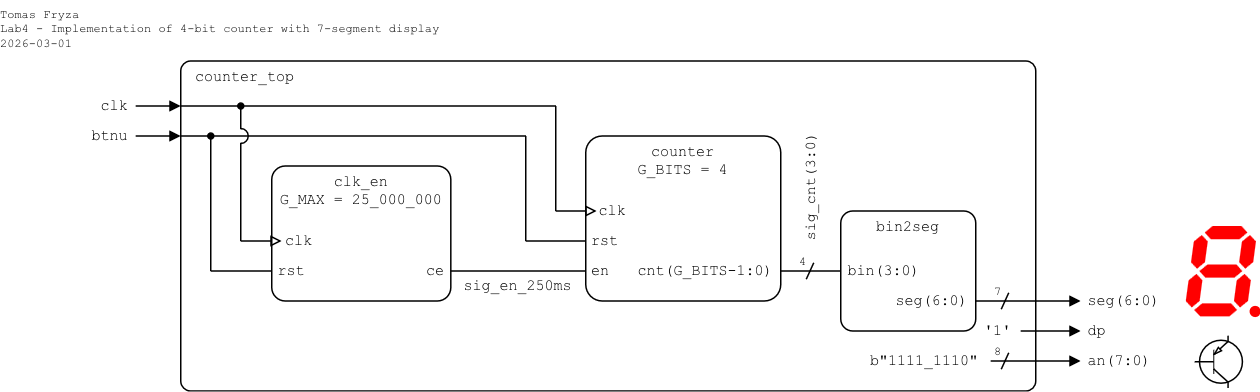
Earlier version of the draw.io export lab4-counter/images/top-level_ver2.png (tomas-fryza/vhdl-examples). Source tidied: cells renumbered, new cells last; positions are measured from the earlier drawing's top-left corner, leaving out a move shared by most shapes.
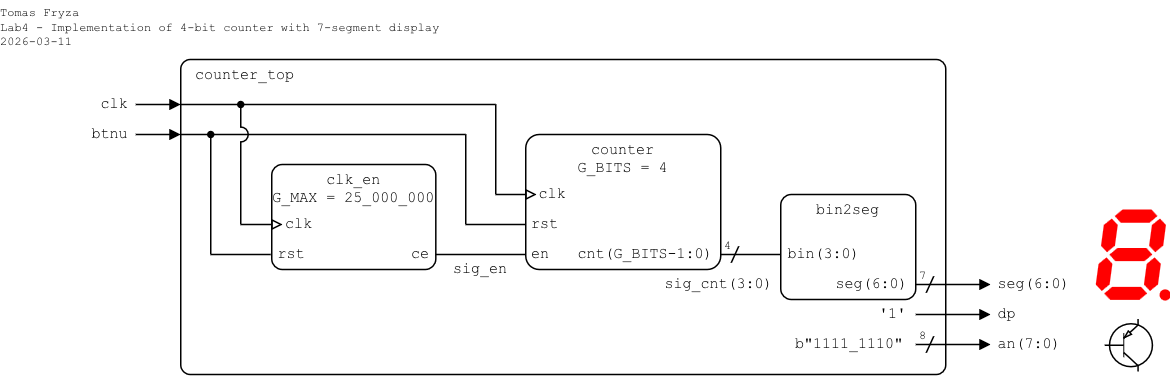
Later version of the same file.

Diff of the diagram source:
```diff
@@ -3,222 +3,217 @@
     <mxCell id="0" />
     <mxCell id="1" parent="0" />
     <mxCell id="2" value="counter_top" style="rounded=1;arcSize=3;whiteSpace=wrap;html=1;align=left;verticalAlign=top;fontFamily=Courier New;absoluteArcSize=0;fillColor=none;fontSize=10;spacingLeft=10;imageHeight=24;spacing=0;" parent="1" vertex="1">
-      <mxGeometry x="120" y="40" width="570" height="220" as="geometry" />
+      <mxGeometry x="120" y="-1360" width="510" height="210" as="geometry" />
     </mxCell>
     <mxCell id="3" style="endArrow=none;html=1;rounded=0;endFill=0;endSize=5;startSize=5;" parent="1" edge="1">
       <mxGeometry relative="1" as="geometry">
-        <mxPoint x="120" y="70" as="sourcePoint" />
-        <mxPoint x="370" y="70" as="targetPoint" />
+        <mxPoint x="120" y="-1330" as="sourcePoint" />
+        <mxPoint x="330" y="-1330" as="targetPoint" />
       </mxGeometry>
     </mxCell>
-    <mxCell id="4" value="sig_cnt(3:0)" style="text;html=1;align=left;verticalAlign=middle;whiteSpace=wrap;rounded=0;fontFamily=Courier New;fontSize=10;fillOpacity=100;spacing=0;spacingLeft=0;direction=east;rotation=270;" parent="1" vertex="1">
-      <mxGeometry x="500" y="115" width="80" height="10" as="geometry" />
+    <mxCell id="4" value="sig_cnt(3:0)" style="text;html=1;align=right;verticalAlign=middle;whiteSpace=wrap;rounded=0;fontFamily=Courier New;fontSize=10;fillOpacity=100;spacing=0;spacingLeft=0;direction=east;rotation=0;spacingRight=5;" parent="1" vertex="1">
+      <mxGeometry x="440" y="-1215" width="80" height="10" as="geometry" />
     </mxCell>
     <mxCell id="5" style="endArrow=none;html=1;rounded=0;endFill=0;endSize=5;startSize=5;" parent="1" edge="1">
       <mxGeometry relative="1" as="geometry">
-        <mxPoint x="300" y="180" as="sourcePoint" />
-        <mxPoint x="390" y="180" as="targetPoint" />
+        <mxPoint x="290" y="-1230" as="sourcePoint" />
+        <mxPoint x="350" y="-1230" as="targetPoint" />
       </mxGeometry>
     </mxCell>
     <mxCell id="6" style="endArrow=none;html=1;rounded=0;endFill=0;endSize=5;startSize=5;" parent="1" edge="1">
       <mxGeometry relative="1" as="geometry">
-        <mxPoint x="120" y="90" as="sourcePoint" />
-        <mxPoint x="350" y="90" as="targetPoint" />
+        <mxPoint x="120" y="-1310" as="sourcePoint" />
+        <mxPoint x="310" y="-1310" as="targetPoint" />
       </mxGeometry>
     </mxCell>
-    <mxCell id="7" value="sig_en_250ms" style="text;html=1;align=center;verticalAlign=middle;whiteSpace=wrap;rounded=0;fontFamily=Courier New;fontSize=10;fillOpacity=100;spacing=0;spacingLeft=0;" parent="1" vertex="1">
-      <mxGeometry x="300" y="185" width="90" height="10" as="geometry" />
+    <mxCell id="7" value="sig_en" style="text;html=1;align=center;verticalAlign=middle;whiteSpace=wrap;rounded=0;fontFamily=Courier New;fontSize=10;fillOpacity=100;spacing=0;spacingLeft=0;" parent="1" vertex="1">
+      <mxGeometry x="290" y="-1225" width="60" height="10" as="geometry" />
     </mxCell>
     <mxCell id="8" style="endArrow=block;html=1;rounded=0;endFill=0;endSize=5;startSize=5;" parent="1" edge="1">
       <mxGeometry relative="1" as="geometry">
-        <mxPoint x="160" y="160" as="sourcePoint" />
-        <mxPoint x="187.2" y="160" as="targetPoint" />
+        <mxPoint x="160" y="-1250" as="sourcePoint" />
+        <mxPoint x="188" y="-1250" as="targetPoint" />
       </mxGeometry>
     </mxCell>
     <mxCell id="9" style="endArrow=none;html=1;rounded=0;startArrow=none;startFill=0;endSize=4;startSize=4;" parent="1" edge="1">
       <mxGeometry relative="1" as="geometry">
-        <mxPoint x="542" y="174.5" as="sourcePoint" />
-        <mxPoint x="537" y="185.5" as="targetPoint" />
+        <mxPoint x="492" y="-1235.5" as="sourcePoint" />
+        <mxPoint x="487" y="-1224.5" as="targetPoint" />
       </mxGeometry>
     </mxCell>
     <mxCell id="10" style="endArrow=block;html=1;rounded=0;endFill=1;endSize=5;startSize=5;" parent="1" edge="1">
       <mxGeometry relative="1" as="geometry">
-        <mxPoint x="90" y="90" as="sourcePoint" />
-        <mxPoint x="120" y="90" as="targetPoint" />
+        <mxPoint x="90" y="-1310" as="sourcePoint" />
+        <mxPoint x="120" y="-1310" as="targetPoint" />
       </mxGeometry>
     </mxCell>
     <mxCell id="11" value="&lt;div align=&quot;right&quot;&gt;btnu&lt;/div&gt;" style="text;html=1;align=right;verticalAlign=middle;whiteSpace=wrap;rounded=0;fontFamily=Courier New;fontSize=10;fillOpacity=100;spacing=0;spacingLeft=0;spacingRight=5;" parent="1" vertex="1">
-      <mxGeometry x="50" y="80" width="39.6" height="20" as="geometry" />
+      <mxGeometry x="50" y="-1320" width="39.6" height="20" as="geometry" />
     </mxCell>
     <mxCell id="12" style="endArrow=block;html=1;rounded=0;endFill=1;endSize=5;startSize=5;" parent="1" edge="1">
       <mxGeometry relative="1" as="geometry">
-        <mxPoint x="90" y="70" as="sourcePoint" />
-        <mxPoint x="120" y="70" as="targetPoint" />
+        <mxPoint x="90" y="-1330" as="sourcePoint" />
+        <mxPoint x="120" y="-1330" as="targetPoint" />
       </mxGeometry>
     </mxCell>
     <mxCell id="13" value="clk" style="text;html=1;align=right;verticalAlign=middle;whiteSpace=wrap;rounded=0;fontFamily=Courier New;fontSize=10;fillOpacity=100;spacing=0;spacingLeft=0;spacingRight=5;" parent="1" vertex="1">
-      <mxGeometry x="60" y="60" width="30" height="20" as="geometry" />
+      <mxGeometry x="60" y="-1340" width="30" height="20" as="geometry" />
     </mxCell>
     <mxCell id="14" style="endArrow=none;html=1;rounded=0;startArrow=none;startFill=0;endSize=4;startSize=4;" parent="1" edge="1">
       <mxGeometry relative="1" as="geometry">
-        <mxPoint x="370" y="140" as="sourcePoint" />
-        <mxPoint x="370" y="70" as="targetPoint" />
+        <mxPoint x="330" y="-1270" as="sourcePoint" />
+        <mxPoint x="330" y="-1330" as="targetPoint" />
       </mxGeometry>
     </mxCell>
     <mxCell id="15" style="endArrow=none;html=1;rounded=0;startArrow=none;startFill=0;endSize=4;startSize=4;" parent="1" edge="1">
       <mxGeometry relative="1" as="geometry">
-        <mxPoint x="350" y="90" as="sourcePoint" />
-        <mxPoint x="350" y="160" as="targetPoint" />
+        <mxPoint x="310" y="-1310" as="sourcePoint" />
+        <mxPoint x="310" y="-1250" as="targetPoint" />
       </mxGeometry>
     </mxCell>
     <mxCell id="16" value="&lt;div&gt;counter&lt;/div&gt;&lt;div&gt;G_BITS = 4&lt;/div&gt;" style="rounded=1;arcSize=10;align=center;verticalAlign=top;fontFamily=Courier New;absoluteArcSize=0;fillColor=none;fixDash=0;fontSize=10;spacingLeft=0;labelBorderColor=none;spacingTop=0;spacing=0;labelBackgroundColor=none;whiteSpace=wrap;html=1;strokeWidth=1;shadow=0;glass=0;" parent="1" vertex="1">
-      <mxGeometry x="390" y="90" width="130" height="110" as="geometry" />
+      <mxGeometry x="350" y="-1310" width="130" height="90" as="geometry" />
     </mxCell>
     <mxCell id="17" value="rst" style="text;html=1;align=left;verticalAlign=middle;whiteSpace=wrap;rounded=0;fontFamily=Courier New;fontSize=10;fillOpacity=100;spacingLeft=5;spacing=0;" parent="1" vertex="1">
-      <mxGeometry x="389.4" y="150" width="30.6" height="20" as="geometry" />
+      <mxGeometry x="349.4" y="-1260" width="30.6" height="20" as="geometry" />
     </mxCell>
     <mxCell id="18" value="clk" style="text;html=1;align=left;verticalAlign=middle;whiteSpace=wrap;rounded=0;fontFamily=Courier New;fontSize=10;fillOpacity=100;spacing=0;spacingLeft=10;" parent="1" vertex="1">
-      <mxGeometry x="389.4" y="130" width="40.6" height="20" as="geometry" />
+      <mxGeometry x="349.4" y="-1280" width="40.6" height="20" as="geometry" />
     </mxCell>
     <mxCell id="19" style="endArrow=block;html=1;rounded=0;endFill=0;endSize=5;startSize=5;" parent="1" edge="1">
       <mxGeometry relative="1" as="geometry">
-        <mxPoint x="370" y="140" as="sourcePoint" />
-        <mxPoint x="397.2" y="140" as="targetPoint" />
+        <mxPoint x="330" y="-1270" as="sourcePoint" />
+        <mxPoint x="357.2" y="-1270" as="targetPoint" />
       </mxGeometry>
     </mxCell>
     <mxCell id="20" value="cnt(G_BITS-1:0)" style="text;html=1;align=right;verticalAlign=middle;whiteSpace=wrap;rounded=0;fontFamily=Courier New;fontSize=10;fillOpacity=100;spacing=0;spacingRight=5;" parent="1" vertex="1">
-      <mxGeometry x="410" y="170" width="110" height="20" as="geometry" />
+      <mxGeometry x="370" y="-1240" width="110" height="20" as="geometry" />
     </mxCell>
     <mxCell id="21" value="en" style="text;html=1;align=left;verticalAlign=middle;whiteSpace=wrap;rounded=0;fontFamily=Courier New;fontSize=10;fillOpacity=100;spacingLeft=5;spacing=0;" parent="1" vertex="1">
-      <mxGeometry x="389.4" y="170" width="30.6" height="20" as="geometry" />
+      <mxGeometry x="349.4" y="-1240" width="30.6" height="20" as="geometry" />
     </mxCell>
     <mxCell id="22" style="endArrow=none;html=1;rounded=0;endFill=0;endSize=5;startSize=5;" parent="1" edge="1">
       <mxGeometry relative="1" as="geometry">
-        <mxPoint x="350" y="160" as="sourcePoint" />
-        <mxPoint x="390" y="160" as="targetPoint" />
+        <mxPoint x="310" y="-1250" as="sourcePoint" />
+        <mxPoint x="350" y="-1250" as="targetPoint" />
       </mxGeometry>
     </mxCell>
     <mxCell id="23" style="endArrow=none;html=1;rounded=0;endFill=0;endSize=5;startSize=5;" parent="1" edge="1">
       <mxGeometry relative="1" as="geometry">
-        <mxPoint x="140" y="180" as="sourcePoint" />
-        <mxPoint x="180" y="180" as="targetPoint" />
+        <mxPoint x="140" y="-1230" as="sourcePoint" />
+        <mxPoint x="180" y="-1230" as="targetPoint" />
       </mxGeometry>
     </mxCell>
     <mxCell id="24" style="endArrow=oval;html=1;rounded=0;startArrow=none;startFill=0;endSize=4;startSize=4;endFill=1;" parent="1" edge="1">
       <mxGeometry relative="1" as="geometry">
-        <mxPoint x="160" y="85.5" as="sourcePoint" />
-        <mxPoint x="160" y="70" as="targetPoint" />
+        <mxPoint x="160" y="-1314.5" as="sourcePoint" />
+        <mxPoint x="160" y="-1330" as="targetPoint" />
       </mxGeometry>
     </mxCell>
     <mxCell id="25" style="endArrow=none;html=1;rounded=0;startArrow=oval;startFill=1;endSize=4;startSize=4;" parent="1" edge="1">
       <mxGeometry relative="1" as="geometry">
-        <mxPoint x="140" y="90" as="sourcePoint" />
-        <mxPoint x="140" y="180" as="targetPoint" />
+        <mxPoint x="140" y="-1310" as="sourcePoint" />
+        <mxPoint x="140" y="-1230" as="targetPoint" />
       </mxGeometry>
     </mxCell>
     <mxCell id="26" style="verticalLabelPosition=bottom;verticalAlign=top;html=1;shape=mxgraph.basic.arc;startAngle=0.75;endAngle=0.25;rotation=90;" parent="1" vertex="1">
-      <mxGeometry x="155" y="85" width="10" height="10" as="geometry" />
+      <mxGeometry x="155" y="-1315" width="10" height="10" as="geometry" />
     </mxCell>
     <mxCell id="27" style="endArrow=none;html=1;rounded=0;startArrow=none;startFill=0;endSize=4;startSize=4;" parent="1" edge="1">
       <mxGeometry relative="1" as="geometry">
-        <mxPoint x="160" y="94.5" as="sourcePoint" />
-        <mxPoint x="160" y="160" as="targetPoint" />
+        <mxPoint x="160" y="-1305.5" as="sourcePoint" />
+        <mxPoint x="160" y="-1250" as="targetPoint" />
       </mxGeometry>
     </mxCell>
     <mxCell id="28" value="bin2seg" style="rounded=1;arcSize=10;align=center;verticalAlign=top;fontFamily=Courier New;absoluteArcSize=0;fillColor=none;fixDash=0;fontSize=10;spacingLeft=0;labelBorderColor=none;spacingTop=0;spacing=0;labelBackgroundColor=none;whiteSpace=wrap;html=1;strokeWidth=1;shadow=0;glass=0;" parent="1" vertex="1">
-      <mxGeometry x="560" y="140" width="90" height="80" as="geometry" />
+      <mxGeometry x="520" y="-1270" width="90" height="70" as="geometry" />
     </mxCell>
     <mxCell id="29" value="&lt;div style=&quot;line-height: 100%;&quot; align=&quot;left&quot;&gt;bin(3:0)&lt;/div&gt;" style="text;html=1;align=left;verticalAlign=middle;whiteSpace=wrap;rounded=0;fontFamily=Courier New;fontSize=10;fillOpacity=100;spacingLeft=5;spacing=0;" parent="1" vertex="1">
-      <mxGeometry x="560" y="170" width="60" height="20" as="geometry" />
+      <mxGeometry x="520" y="-1240" width="60" height="20" as="geometry" />
     </mxCell>
     <mxCell id="30" value="&lt;div style=&quot;line-height: 100%;&quot;&gt;seg(6:0)&lt;/div&gt;" style="text;html=1;align=right;verticalAlign=middle;whiteSpace=wrap;rounded=0;fontFamily=Courier New;fontSize=10;fillOpacity=100;spacing=0;spacingRight=5;" parent="1" vertex="1">
-      <mxGeometry x="590" y="190" width="60" height="20" as="geometry" />
+      <mxGeometry x="550" y="-1220" width="60" height="20" as="geometry" />
     </mxCell>
-    <mxCell id="31" style="endArrow=block;html=1;rounded=0;exitX=1;exitY=0.5;exitDx=0;exitDy=0;endFill=1;endSize=5;startSize=5;" parent="1" edge="1" source="30">
+    <mxCell id="31" style="endArrow=block;html=1;rounded=0;endFill=1;endSize=5;startSize=5;" parent="1" edge="1">
       <mxGeometry relative="1" as="geometry">
-        <mxPoint x="720" y="200" as="targetPoint" />
+        <mxPoint x="610" y="-1210" as="sourcePoint" />
+        <mxPoint x="660" y="-1210" as="targetPoint" />
       </mxGeometry>
     </mxCell>
     <mxCell id="32" value="seg(6:0)" style="text;html=1;align=left;verticalAlign=middle;whiteSpace=wrap;rounded=0;fontFamily=Courier New;fontSize=10;fillOpacity=100;spacing=0;spacingLeft=5;" parent="1" vertex="1">
-      <mxGeometry x="720" y="190" width="60" height="20" as="geometry" />
+      <mxGeometry x="660" y="-1220" width="60" height="20" as="geometry" />
     </mxCell>
     <mxCell id="33" style="endArrow=block;html=1;rounded=0;endFill=1;orthogonal=1;endSize=5;startSize=5;" parent="1" edge="1">
       <mxGeometry relative="1" as="geometry">
-        <mxPoint x="660" y="240" as="sourcePoint" />
-        <mxPoint x="720" y="240" as="targetPoint" />
+        <mxPoint x="610" y="-1170" as="sourcePoint" />
+        <mxPoint x="660" y="-1170" as="targetPoint" />
       </mxGeometry>
     </mxCell>
     <mxCell id="34" value="b&quot;1111_1110&quot;" style="text;html=1;align=left;verticalAlign=middle;whiteSpace=wrap;rounded=0;fontFamily=Courier New;fontSize=10;fillOpacity=100;spacing=0;spacingLeft=0;spacingRight=5;" parent="1" vertex="1">
-      <mxGeometry x="580" y="230" width="80" height="20" as="geometry" />
+      <mxGeometry x="530" y="-1180" width="80" height="20" as="geometry" />
     </mxCell>
     <mxCell id="35" value="an(7:0)" style="text;html=1;align=left;verticalAlign=middle;whiteSpace=wrap;rounded=0;fontFamily=Courier New;fontSize=10;fillOpacity=100;spacing=0;spacingLeft=5;" parent="1" vertex="1">
-      <mxGeometry x="720" y="230" width="50" height="20" as="geometry" />
+      <mxGeometry x="660" y="-1180" width="50" height="20" as="geometry" />
     </mxCell>
     <mxCell id="36" style="endArrow=block;html=1;rounded=0;endFill=1;orthogonal=1;endSize=5;startSize=5;" parent="1" edge="1">
       <mxGeometry relative="1" as="geometry">
-        <mxPoint x="680" y="220" as="sourcePoint" />
-        <mxPoint x="720" y="220" as="targetPoint" />
+        <mxPoint x="610" y="-1190" as="sourcePoint" />
+        <mxPoint x="660" y="-1190" as="targetPoint" />
       </mxGeometry>
     </mxCell>
     <mxCell id="37" value="dp" style="text;html=1;align=left;verticalAlign=middle;whiteSpace=wrap;rounded=0;fontFamily=Courier New;fontSize=10;fillOpacity=100;spacing=0;spacingLeft=5;" parent="1" vertex="1">
-      <mxGeometry x="720" y="210" width="20" height="20" as="geometry" />
+      <mxGeometry x="660" y="-1200" width="20" height="20" as="geometry" />
     </mxCell>
     <mxCell id="38" value="'1'" style="text;html=1;align=right;verticalAlign=middle;whiteSpace=wrap;rounded=0;fontFamily=Courier New;fontSize=10;fillOpacity=100;spacing=0;spacingLeft=0;spacingRight=5;" parent="1" vertex="1">
-      <mxGeometry x="649" y="210" width="30" height="20" as="geometry" />
+      <mxGeometry x="579" y="-1200" width="30" height="20" as="geometry" />
     </mxCell>
     <mxCell id="39" style="verticalLabelPosition=bottom;shadow=0;dashed=0;align=center;html=1;verticalAlign=top;shape=mxgraph.electrical.opto_electronics.7_segment_display_with_dp;fillColor=#FF0000;strokeColor=none;" parent="1" vertex="1">
-      <mxGeometry x="790" y="150" width="50" height="60.8" as="geometry" />
+      <mxGeometry x="730" y="-1260" width="50" height="60.8" as="geometry" />
     </mxCell>
     <mxCell id="40" value="7" style="text;html=1;align=center;verticalAlign=middle;whiteSpace=wrap;rounded=0;fontFamily=Courier New;fontSize=8;fillOpacity=100;spacing=2;spacingRight=0;" parent="1" vertex="1">
-      <mxGeometry x="660" y="184" width="10" height="20" as="geometry" />
+      <mxGeometry x="610" y="-1226" width="10" height="20" as="geometry" />
     </mxCell>
     <mxCell id="41" style="endArrow=none;html=1;rounded=0;startArrow=none;startFill=0;endSize=4;startSize=4;" parent="1" edge="1">
       <mxGeometry relative="1" as="geometry">
-        <mxPoint x="672" y="194.5" as="sourcePoint" />
-        <mxPoint x="667" y="205.5" as="targetPoint" />
+        <mxPoint x="622" y="-1215.5" as="sourcePoint" />
+        <mxPoint x="617" y="-1204.5" as="targetPoint" />
       </mxGeometry>
     </mxCell>
     <mxCell id="42" value="8" style="text;html=1;align=center;verticalAlign=middle;whiteSpace=wrap;rounded=0;fontFamily=Courier New;fontSize=8;fillOpacity=100;spacing=2;spacingRight=0;" parent="1" vertex="1">
-      <mxGeometry x="660" y="224" width="10" height="20" as="geometry" />
+      <mxGeometry x="610" y="-1186" width="10" height="20" as="geometry" />
     </mxCell>
     <mxCell id="43" style="endArrow=none;html=1;rounded=0;startArrow=none;startFill=0;endSize=4;startSize=4;" parent="1" edge="1">
       <mxGeometry relative="1" as="geometry">
-        <mxPoint x="672" y="234.5" as="sourcePoint" />
-        <mxPoint x="667" y="245.5" as="targetPoint" />
+        <mxPoint x="622" y="-1175.5" as="sourcePoint" />
+        <mxPoint x="617" y="-1164.5" as="targetPoint" />
       </mxGeometry>
     </mxCell>
     <mxCell id="44" style="verticalLabelPosition=bottom;shadow=0;dashed=0;align=center;html=1;verticalAlign=top;shape=mxgraph.electrical.transistors.pnp_transistor_1;" parent="1" vertex="1">
-      <mxGeometry x="795.2" y="223" width="33.2" height="35" as="geometry" />
+      <mxGeometry x="735.2" y="-1187" width="33.2" height="35" as="geometry" />
     </mxCell>
-    <mxCell id="45" style="endArrow=none;html=1;rounded=0;endFill=0;endSize=5;startSize=5;" parent="1" edge="1">
-      <mxGeometry relative="1" as="geometry">
-        <mxPoint x="520" y="180" as="sourcePoint" />
-        <mxPoint x="540" y="180" as="targetPoint" />
-      </mxGeometry>
+    <mxCell id="45" value="4" style="text;html=1;align=center;verticalAlign=middle;whiteSpace=wrap;rounded=0;fontFamily=Courier New;fontSize=8;fillOpacity=100;spacing=2;spacingRight=0;" parent="1" vertex="1">
+      <mxGeometry x="480" y="-1246" width="10" height="20" as="geometry" />
     </mxCell>
-    <mxCell id="46" value="4" style="text;html=1;align=center;verticalAlign=middle;whiteSpace=wrap;rounded=0;fontFamily=Courier New;fontSize=8;fillOpacity=100;spacing=2;spacingRight=0;" parent="1" vertex="1">
-      <mxGeometry x="530" y="164" width="10" height="20" as="geometry" />
+    <mxCell id="46" value="&lt;div&gt;Tomas Fryza&lt;/div&gt;&lt;div&gt;Lab4 - Implementation of 4-bit counter with 7-segment display&lt;/div&gt;&lt;div&gt;2026-03-11&lt;/div&gt;" style="text;html=1;align=left;verticalAlign=top;whiteSpace=wrap;rounded=0;fontFamily=Courier New;fontSize=8;fillOpacity=100;spacing=0;spacingLeft=0;" parent="1" vertex="1">
+      <mxGeometry y="-1400" width="320" height="40" as="geometry" />
     </mxCell>
-    <mxCell id="47" value="&lt;div&gt;Tomas Fryza&lt;/div&gt;&lt;div&gt;Lab4 - Implementation of 4-bit counter with 7-segment display&lt;/div&gt;&lt;div&gt;2026-03-01&lt;/div&gt;" style="text;html=1;align=left;verticalAlign=top;whiteSpace=wrap;rounded=0;fontFamily=Courier New;fontSize=8;fillOpacity=100;spacing=0;spacingLeft=0;" parent="1" vertex="1">
-      <mxGeometry width="320" height="40" as="geometry" />
+    <mxCell id="47" style="endArrow=none;html=1;rounded=0;endFill=0;endSize=5;startSize=5;" parent="1" edge="1">
+      <mxGeometry relative="1" as="geometry">
+        <mxPoint x="480" y="-1230" as="sourcePoint" />
+        <mxPoint x="520" y="-1230" as="targetPoint" />
+      </mxGeometry>
     </mxCell>
-    <mxCell id="48" style="endArrow=none;html=1;rounded=0;endFill=0;endSize=5;startSize=5;" parent="1" edge="1">
-      <mxGeometry relative="1" as="geometry">
-        <mxPoint x="540" y="180" as="sourcePoint" />
-        <mxPoint x="560" y="180" as="targetPoint" />
-      </mxGeometry>
+    <mxCell id="48" value="clk_en&lt;div&gt;G_MAX = 25_000_000&lt;br&gt;&lt;/div&gt;" style="rounded=1;arcSize=10;align=center;verticalAlign=top;fontFamily=Courier New;absoluteArcSize=0;fillColor=none;fixDash=0;fontSize=10;spacingLeft=0;labelBorderColor=none;spacingTop=0;spacing=0;labelBackgroundColor=none;whiteSpace=wrap;html=1;strokeWidth=1;shadow=0;glass=0;" parent="1" vertex="1">
+      <mxGeometry x="180.6" y="-1290" width="109.4" height="70" as="geometry" />
     </mxCell>
-    <mxCell id="49" value="clk_en&lt;div&gt;G_MAX = 25_000_000&lt;br&gt;&lt;/div&gt;" style="rounded=1;arcSize=10;align=center;verticalAlign=top;fontFamily=Courier New;absoluteArcSize=0;fillColor=none;fixDash=0;fontSize=10;spacingLeft=0;labelBorderColor=none;spacingTop=0;spacing=0;labelBackgroundColor=none;whiteSpace=wrap;html=1;strokeWidth=1;shadow=0;glass=0;" parent="1" vertex="1">
-      <mxGeometry x="180.6" y="110" width="119.4" height="90" as="geometry" />
+    <mxCell id="49" value="rst" style="text;html=1;align=left;verticalAlign=middle;whiteSpace=wrap;rounded=0;fontFamily=Courier New;fontSize=10;fillOpacity=100;spacingLeft=5;spacing=0;" parent="1" vertex="1">
+      <mxGeometry x="180" y="-1240" width="40.6" height="20" as="geometry" />
     </mxCell>
-    <mxCell id="50" value="rst" style="text;html=1;align=left;verticalAlign=middle;whiteSpace=wrap;rounded=0;fontFamily=Courier New;fontSize=10;fillOpacity=100;spacingLeft=5;spacing=0;" parent="1" vertex="1">
-      <mxGeometry x="180" y="170" width="40.6" height="20" as="geometry" />
+    <mxCell id="50" value="clk" style="text;html=1;align=left;verticalAlign=middle;whiteSpace=wrap;rounded=0;fontFamily=Courier New;fontSize=10;fillOpacity=100;spacing=0;spacingLeft=10;" parent="1" vertex="1">
+      <mxGeometry x="180" y="-1260" width="40.6" height="20" as="geometry" />
     </mxCell>
-    <mxCell id="51" value="clk" style="text;html=1;align=left;verticalAlign=middle;whiteSpace=wrap;rounded=0;fontFamily=Courier New;fontSize=10;fillOpacity=100;spacing=0;spacingLeft=10;" parent="1" vertex="1">
-      <mxGeometry x="180" y="150" width="40.6" height="20" as="geometry" />
+    <mxCell id="51" value="ce" style="text;html=1;align=right;verticalAlign=middle;whiteSpace=wrap;rounded=0;fontFamily=Courier New;fontSize=10;fillOpacity=100;spacing=0;spacingRight=5;" parent="1" vertex="1">
+      <mxGeometry x="260.6" y="-1240" width="30" height="20" as="geometry" />
     </mxCell>
-    <mxCell id="52" value="ce" style="text;html=1;align=right;verticalAlign=middle;whiteSpace=wrap;rounded=0;fontFamily=Courier New;fontSize=10;fillOpacity=100;spacing=0;spacingRight=5;" parent="1" vertex="1">
-      <mxGeometry x="270.6" y="170" width="30" height="20" as="geometry" />
-    </mxCell>
   </root>
 </mxGraphModel>
```
